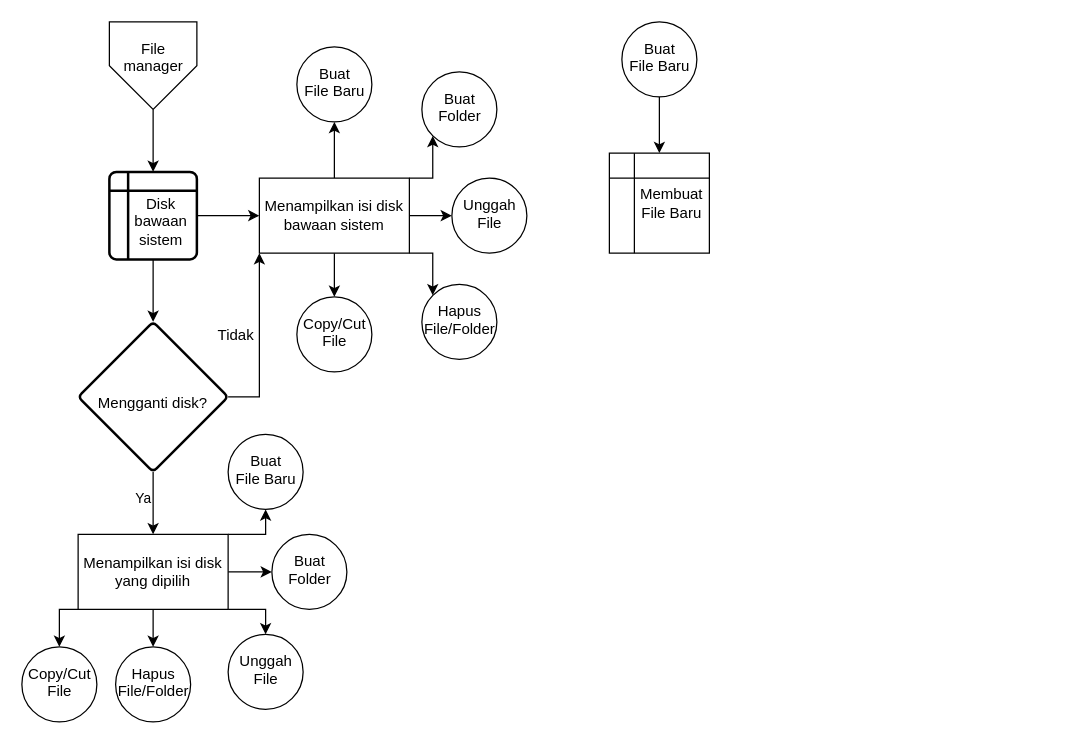
The draw.io diagram page "Collage - Filemanager" (4 of 4) of FilemanagerLPMI.drawio in muhfajarm/laravel-file-manager, before the edit. Source tidied: cells renumbered, new cells numbered last; positions are measured from the earlier drawing's top-left corner, leaving out a move shared by most shapes. Both pictures are drawn from the tidied source at 125%, with x=0, y=0 at pixel (21, 21).
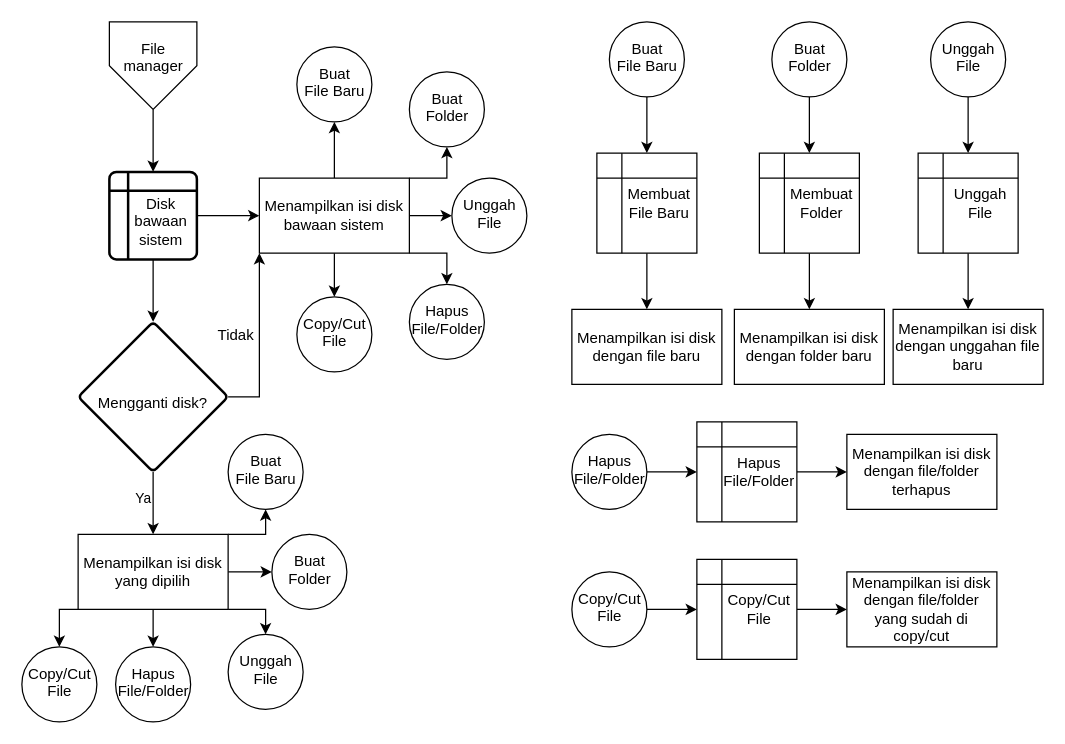
Above is the later version.

Commit message:
Update - Collage Filemanager - FilemanagerLPMI.drawio

The change refers to these unchanged cells:
```xml
<mxCell id="10" value="Menampilkan isi disk bawaan sistem" style="whiteSpace=wrap;html=1;rounded=0;arcSize=8;strokeWidth=1;spacingRight=0;spacingLeft=0;" parent="1" vertex="1">
  <mxGeometry x="190" y="125" width="120" height="60" as="geometry" />
</mxCell>
```

The edit, as a diff of the source:
```diff
@@
-    <mxCell id="6" style="edgeStyle=orthogonalEdgeStyle;rounded=0;jettySize=auto;html=1;exitX=1;exitY=0;exitDx=0;exitDy=0;entryX=0.145;entryY=0.855;entryDx=0;entryDy=0;entryPerimeter=0;fontSize=12;" parent="1" edge="1" source="10" target="19">
+    <mxCell id="6" style="edgeStyle=orthogonalEdgeStyle;rounded=0;jettySize=auto;html=1;exitX=1;exitY=0;exitDx=0;exitDy=0;entryX=0.5;entryY=1;entryDx=0;entryDy=0;entryPerimeter=0;fontSize=12;" parent="1" edge="1" source="10" target="19">
       <mxGeometry relative="1" as="geometry" />
     </mxCell>
@@
-    <mxCell id="8" style="edgeStyle=orthogonalEdgeStyle;rounded=0;jettySize=auto;html=1;exitX=1;exitY=1;exitDx=0;exitDy=0;entryX=0.145;entryY=0.145;entryDx=0;entryDy=0;entryPerimeter=0;fontSize=12;" parent="1" edge="1" source="10" target="21">
+    <mxCell id="8" style="edgeStyle=orthogonalEdgeStyle;rounded=0;jettySize=auto;html=1;exitX=1;exitY=1;exitDx=0;exitDy=0;entryX=0.5;entryY=0;entryDx=0;entryDy=0;entryPerimeter=0;fontSize=12;" parent="1" edge="1" source="10" target="21">
       <mxGeometry relative="1" as="geometry" />
     </mxCell>
@@
     <mxCell id="19" value="&lt;div&gt;Buat&lt;/div&gt;&lt;div&gt;Folder&lt;/div&gt;" style="verticalLabelPosition=bottom;verticalAlign=top;html=1;shape=mxgraph.flowchart.on-page_reference;fontSize=12;spacing=-50;" parent="1" vertex="1">
-      <mxGeometry x="320" y="40" width="60" height="60" as="geometry" />
+      <mxGeometry x="310" y="40" width="60" height="60" as="geometry" />
     </mxCell>
@@
     <mxCell id="21" value="&lt;div&gt;Hapus&lt;/div&gt;&lt;div&gt;File/Folder&lt;br&gt;&lt;/div&gt;" style="verticalLabelPosition=bottom;verticalAlign=top;html=1;shape=mxgraph.flowchart.on-page_reference;fontSize=12;spacing=-50;" parent="1" vertex="1">
-      <mxGeometry x="320" y="210" width="60" height="60" as="geometry" />
+      <mxGeometry x="310" y="210" width="60" height="60" as="geometry" />
     </mxCell>
@@
     <mxCell id="35" value="&lt;div&gt;Buat&lt;/div&gt;&lt;div&gt;File Baru&lt;br&gt;&lt;/div&gt;" style="verticalLabelPosition=bottom;verticalAlign=top;html=1;shape=mxgraph.flowchart.on-page_reference;fontSize=12;spacing=-50;" parent="1" vertex="1">
-      <mxGeometry x="480" width="60" height="60" as="geometry" />
+      <mxGeometry x="470" width="60" height="60" as="geometry" />
     </mxCell>
+    <mxCell id="37" style="edgeStyle=orthogonalEdgeStyle;rounded=0;jettySize=auto;html=1;" parent="1" edge="1" source="36" target="46">
+      <mxGeometry relative="1" as="geometry" />
+    </mxCell>
     <mxCell id="36" value="&lt;div&gt;Membuat&lt;/div&gt;&lt;div&gt;File Baru&lt;/div&gt;" style="shape=internalStorage;whiteSpace=wrap;html=1;backgroundOutline=1;rounded=0;strokeWidth=1;spacingLeft=20;" parent="1" vertex="1">
-      <mxGeometry x="470" y="105" width="80" height="80" as="geometry" />
+      <mxGeometry x="460" y="105" width="80" height="80" as="geometry" />
     </mxCell>
+    <mxCell id="38" style="edgeStyle=orthogonalEdgeStyle;rounded=0;jettySize=auto;html=1;" parent="1" edge="1" source="39" target="41">
+      <mxGeometry relative="1" as="geometry" />
+    </mxCell>
+    <mxCell id="39" value="&lt;div&gt;Buat&lt;/div&gt;&lt;div&gt;Folder&lt;br&gt;&lt;/div&gt;" style="verticalLabelPosition=bottom;verticalAlign=top;html=1;shape=mxgraph.flowchart.on-page_reference;fontSize=12;spacing=-50;" parent="1" vertex="1">
+      <mxGeometry x="600" width="60" height="60" as="geometry" />
+    </mxCell>
+    <mxCell id="40" style="edgeStyle=orthogonalEdgeStyle;rounded=0;jettySize=auto;html=1;" parent="1" edge="1" source="41" target="47">
+      <mxGeometry relative="1" as="geometry" />
+    </mxCell>
+    <mxCell id="41" value="&lt;div&gt;Membuat&lt;/div&gt;&lt;div&gt;Folder&lt;/div&gt;" style="shape=internalStorage;whiteSpace=wrap;html=1;backgroundOutline=1;rounded=0;strokeWidth=1;spacingLeft=20;" parent="1" vertex="1">
+      <mxGeometry x="590" y="105" width="80" height="80" as="geometry" />
+    </mxCell>
+    <mxCell id="42" style="edgeStyle=orthogonalEdgeStyle;rounded=0;jettySize=auto;html=1;" parent="1" edge="1" source="43" target="45">
+      <mxGeometry relative="1" as="geometry" />
+    </mxCell>
+    <mxCell id="43" value="&lt;div&gt;Unggah&lt;/div&gt;&lt;div&gt;File&lt;br&gt;&lt;/div&gt;" style="verticalLabelPosition=bottom;verticalAlign=top;html=1;shape=mxgraph.flowchart.on-page_reference;fontSize=12;spacing=-50;" parent="1" vertex="1">
+      <mxGeometry x="727" width="60" height="60" as="geometry" />
+    </mxCell>
+    <mxCell id="44" style="edgeStyle=orthogonalEdgeStyle;rounded=0;jettySize=auto;html=1;" parent="1" edge="1" source="45" target="48">
+      <mxGeometry relative="1" as="geometry" />
+    </mxCell>
+    <mxCell id="45" value="&lt;div&gt;Unggah&lt;/div&gt;&lt;div&gt;File&lt;br&gt;&lt;/div&gt;" style="shape=internalStorage;whiteSpace=wrap;html=1;backgroundOutline=1;rounded=0;strokeWidth=1;spacingLeft=20;" parent="1" vertex="1">
+      <mxGeometry x="717" y="105" width="80" height="80" as="geometry" />
+    </mxCell>
+    <mxCell id="46" value="&lt;div&gt;Menampilkan isi disk&lt;/div&gt;&lt;div&gt;dengan file baru&lt;br&gt;&lt;/div&gt;" style="rounded=0;whiteSpace=wrap;html=1;" parent="1" vertex="1">
+      <mxGeometry x="440" y="230" width="120" height="60" as="geometry" />
+    </mxCell>
+    <mxCell id="47" value="&lt;div&gt;Menampilkan isi disk&lt;/div&gt;&lt;div&gt;dengan folder baru&lt;br&gt;&lt;/div&gt;" style="rounded=0;whiteSpace=wrap;html=1;" parent="1" vertex="1">
+      <mxGeometry x="570" y="230" width="120" height="60" as="geometry" />
+    </mxCell>
+    <mxCell id="48" value="&lt;div&gt;Menampilkan isi disk&lt;/div&gt;&lt;div&gt;dengan unggahan file baru&lt;br&gt;&lt;/div&gt;" style="rounded=0;whiteSpace=wrap;html=1;" parent="1" vertex="1">
+      <mxGeometry x="697" y="230" width="120" height="60" as="geometry" />
+    </mxCell>
+    <mxCell id="49" style="edgeStyle=orthogonalEdgeStyle;rounded=0;jettySize=auto;html=1;" parent="1" edge="1" source="50" target="52">
+      <mxGeometry relative="1" as="geometry" />
+    </mxCell>
+    <mxCell id="50" value="&lt;div&gt;Hapus&lt;/div&gt;&lt;div&gt;File/Folder&lt;br&gt;&lt;/div&gt;" style="verticalLabelPosition=bottom;verticalAlign=top;html=1;shape=mxgraph.flowchart.on-page_reference;fontSize=12;spacing=-50;" parent="1" vertex="1">
+      <mxGeometry x="440" y="330" width="60" height="60" as="geometry" />
+    </mxCell>
+    <mxCell id="51" style="edgeStyle=orthogonalEdgeStyle;rounded=0;jettySize=auto;html=1;" parent="1" edge="1" source="52" target="57">
+      <mxGeometry relative="1" as="geometry" />
+    </mxCell>
+    <mxCell id="52" value="&lt;div&gt;Hapus&lt;/div&gt;&lt;div&gt;File/Folder&lt;br&gt;&lt;/div&gt;" style="shape=internalStorage;whiteSpace=wrap;html=1;backgroundOutline=1;rounded=0;strokeWidth=1;spacingLeft=20;" parent="1" vertex="1">
+      <mxGeometry x="540" y="320" width="80" height="80" as="geometry" />
+    </mxCell>
+    <mxCell id="53" style="edgeStyle=orthogonalEdgeStyle;rounded=0;jettySize=auto;html=1;" parent="1" edge="1" source="54" target="56">
+      <mxGeometry relative="1" as="geometry" />
+    </mxCell>
+    <mxCell id="54" value="&lt;div&gt;Copy/Cut&lt;/div&gt;&lt;div&gt;File&lt;br&gt;&lt;/div&gt;" style="verticalLabelPosition=bottom;verticalAlign=top;html=1;shape=mxgraph.flowchart.on-page_reference;fontSize=12;spacing=-50;" parent="1" vertex="1">
+      <mxGeometry x="440" y="440" width="60" height="60" as="geometry" />
+    </mxCell>
+    <mxCell id="55" style="edgeStyle=orthogonalEdgeStyle;rounded=0;jettySize=auto;html=1;" parent="1" edge="1" source="56" target="58">
+      <mxGeometry relative="1" as="geometry" />
+    </mxCell>
+    <mxCell id="56" value="&lt;div&gt;Copy/Cut&lt;/div&gt;&lt;div&gt;File&lt;br&gt;&lt;/div&gt;" style="shape=internalStorage;whiteSpace=wrap;html=1;backgroundOutline=1;rounded=0;strokeWidth=1;spacingLeft=20;" parent="1" vertex="1">
+      <mxGeometry x="540" y="430" width="80" height="80" as="geometry" />
+    </mxCell>
+    <mxCell id="57" value="&lt;div&gt;Menampilkan isi disk&lt;/div&gt;&lt;div&gt;dengan file/folder&lt;/div&gt;&lt;div&gt;terhapus&lt;br&gt;&lt;/div&gt;" style="rounded=0;whiteSpace=wrap;html=1;" parent="1" vertex="1">
+      <mxGeometry x="660" y="330" width="120" height="60" as="geometry" />
+    </mxCell>
+    <mxCell id="58" value="&lt;div&gt;Menampilkan isi disk&lt;/div&gt;&lt;div&gt;dengan file/folder&lt;/div&gt;&lt;div&gt;yang sudah di&lt;/div&gt;&lt;div&gt;copy/cut&lt;br&gt;&lt;/div&gt;" style="rounded=0;whiteSpace=wrap;html=1;" parent="1" vertex="1">
+      <mxGeometry x="660" y="440" width="120" height="60" as="geometry" />
+    </mxCell>
```
